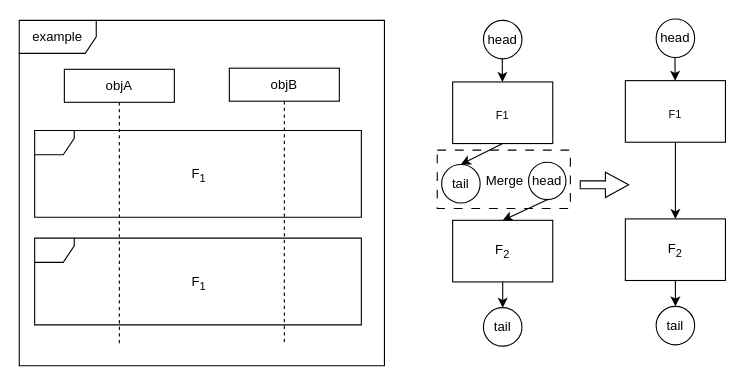
Earlier version of the draw.io diagram seq.drawio (ShiYufei0708/draw). Source tidied: cells renumbered, new cells numbered last; positions are measured from the earlier drawing's top-left corner, leaving out a move shared by most shapes. Both pictures are drawn from the tidied source at 110%, with x=0, y=0 at pixel (19, 19).
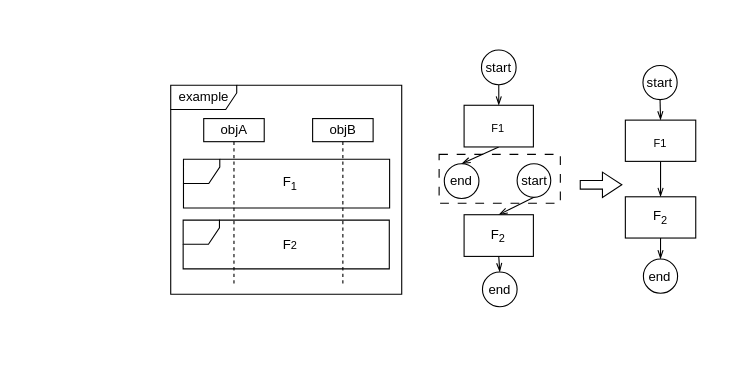
Above is the later version.

Diff of the diagram source:
```diff
@@
+    <mxCell id="28" style="html=1;shadow=0;dashed=0;align=center;verticalAlign=middle;shape=mxgraph.arrows2.arrow;dy=0.66;dx=17.61;notch=0;" parent="1" vertex="1">
+      <mxGeometry x="510" y="139" width="37.8" height="23" as="geometry" />
+    </mxCell>
+    <mxCell id="29" style="group;" parent="1" vertex="1">
+      <mxGeometry x="137.7" y="60" width="210" height="190" as="geometry" />
+    </mxCell>
+    <mxCell id="3" value="objA" style="shape=umlLifeline;perimeter=lifelinePerimeter;whiteSpace=wrap;html=1;newEdgeStyle={&quot;curved&quot;:0,&quot;rounded&quot;:0};size=21;" parent="29" vertex="1">
+      <mxGeometry x="30" y="30.3" width="55" height="150" as="geometry" />
+    </mxCell>
+    <mxCell id="30" style="shape=umlFrame;whiteSpace=wrap;html=1;width=33;height=22;" parent="29" vertex="1">
+      <mxGeometry x="11.6" y="67.3" width="187.4" height="44.3" as="geometry" />
+    </mxCell>
+    <mxCell id="6" value="example" style="shape=umlFrame;whiteSpace=wrap;html=1;width=60;height=22;" parent="29" vertex="1">
+      <mxGeometry width="210" height="190" as="geometry" />
+    </mxCell>
+    <mxCell id="31" value="F&lt;sub&gt;1&lt;/sub&gt;" style="text;html=1;align=center;verticalAlign=middle;strokeColor=none;fillColor=none;" parent="29" vertex="1">
+      <mxGeometry x="93" y="74.9" width="31" height="29" as="geometry" />
+    </mxCell>
+    <mxCell id="4" value="objB" style="shape=umlLifeline;perimeter=lifelinePerimeter;whiteSpace=wrap;html=1;newEdgeStyle={&quot;curved&quot;:0,&quot;rounded&quot;:0};size=21;" parent="29" vertex="1">
+      <mxGeometry x="129" y="30.3" width="55" height="150.9" as="geometry" />
+    </mxCell>
+    <mxCell id="32" style="shape=umlFrame;whiteSpace=wrap;html=1;width=33;height=22;" parent="29" vertex="1">
+      <mxGeometry x="11.3" y="122.6" width="187.4" height="44.3" as="geometry" />
+    </mxCell>
+    <mxCell id="33" value="F&lt;span style=&quot;font-size: 10px;&quot;&gt;2&lt;/span&gt;" style="text;html=1;align=center;verticalAlign=middle;strokeColor=none;fillColor=none;" parent="29" vertex="1">
+      <mxGeometry x="92.7" y="132.2" width="31" height="26" as="geometry" />
+    </mxCell>
+    <mxCell id="34" style="group;" parent="1" vertex="1">
+      <mxGeometry x="381.7" y="28" width="110.2" height="235" as="geometry" />
+    </mxCell>
-    <mxCell id="2" style="rounded=0;whiteSpace=wrap;html=1;dashed=1;dashPattern=8 8;" parent="1" vertex="1">
-      <mxGeometry x="380" y="119" width="121" height="53" as="geometry" />
+    <mxCell id="2" style="rounded=0;whiteSpace=wrap;html=1;dashed=1;dashPattern=8 8;" parent="34" vertex="1">
+      <mxGeometry y="94.8" width="110.2" height="44.5" as="geometry" />
     </mxCell>
-    <mxCell id="3" value="objA" style="shape=umlLifeline;perimeter=lifelinePerimeter;whiteSpace=wrap;html=1;newEdgeStyle={&quot;curved&quot;:0,&quot;rounded&quot;:0};size=30;" parent="1" vertex="1">
-      <mxGeometry x="41" y="45.5" width="100" height="250.5" as="geometry" />
-    </mxCell>
-    <mxCell id="4" value="objB" style="shape=umlLifeline;perimeter=lifelinePerimeter;whiteSpace=wrap;html=1;newEdgeStyle={&quot;curved&quot;:0,&quot;rounded&quot;:0};size=30;" parent="1" vertex="1">
-      <mxGeometry x="191" y="44.5" width="100" height="250.5" as="geometry" />
-    </mxCell>
-    <mxCell id="5" style="shape=umlFrame;whiteSpace=wrap;html=1;width=36;height=22;" parent="1" vertex="1">
-      <mxGeometry x="14" y="101.2" width="297" height="78.8" as="geometry" />
-    </mxCell>
-    <mxCell id="6" value="example" style="shape=umlFrame;whiteSpace=wrap;html=1;width=70;height=30;" parent="1" vertex="1">
-      <mxGeometry y="1" width="332" height="314" as="geometry" />
-    </mxCell>
-    <mxCell id="7" value="F&lt;sub&gt;1&lt;/sub&gt;" style="text;html=1;align=center;verticalAlign=middle;strokeColor=none;fillColor=none;" parent="1" vertex="1">
-      <mxGeometry x="147" y="127.8" width="31" height="29" as="geometry" />
-    </mxCell>
-    <mxCell id="8" style="shape=umlFrame;whiteSpace=wrap;html=1;width=36;height=22;" parent="1" vertex="1">
-      <mxGeometry x="14" y="199" width="297" height="78.8" as="geometry" />
-    </mxCell>
-    <mxCell id="9" value="F&lt;sub&gt;1&lt;/sub&gt;" style="text;html=1;align=center;verticalAlign=middle;strokeColor=none;fillColor=none;" parent="1" vertex="1">
-      <mxGeometry x="147" y="225.5" width="31" height="29" as="geometry" />
-    </mxCell>
-    <mxCell id="10" style="rounded=0;jettySize=auto;html=1;" parent="1" edge="1" target="15">
-      <mxGeometry relative="1" as="geometry">
-        <mxPoint x="439" y="25" as="sourcePoint" />
-      </mxGeometry>
+    <mxCell id="10" style="rounded=0;jettySize=auto;html=1;exitX=0.5;exitY=1;exitDx=0;exitDy=0;endArrow=openThin;endFill=0;" parent="34" edge="1" source="12" target="15">
+      <mxGeometry relative="1" as="geometry" />
     </mxCell>
-    <mxCell id="11" style="rounded=0;jettySize=auto;html=1;exitX=0.5;exitY=1;exitDx=0;exitDy=0;entryX=0.5;entryY=0;entryDx=0;entryDy=0;" parent="1" edge="1" source="18" target="16">
+    <mxCell id="11" style="rounded=0;jettySize=auto;html=1;exitX=0.5;exitY=1;exitDx=0;exitDy=0;entryX=0.5;entryY=0;entryDx=0;entryDy=0;endArrow=openThin;endFill=0;" parent="34" edge="1" source="18" target="16">
       <mxGeometry relative="1" as="geometry" />
     </mxCell>
-    <mxCell id="12" value="head" style="ellipse;whiteSpace=wrap;html=1;" parent="1" vertex="1">
-      <mxGeometry x="422" y="1" width="35" height="35" as="geometry" />
+    <mxCell id="12" value="start" style="ellipse;whiteSpace=wrap;html=1;" parent="34" vertex="1">
+      <mxGeometry x="38.5" width="31.5" height="31.5" as="geometry" />
     </mxCell>
-    <mxCell id="13" value="tail" style="ellipse;whiteSpace=wrap;html=1;" parent="1" vertex="1">
-      <mxGeometry x="384" y="132" width="35" height="35" as="geometry" />
+    <mxCell id="13" value="end" style="ellipse;whiteSpace=wrap;html=1;" parent="34" vertex="1">
+      <mxGeometry x="4.7" y="103.4" width="31.5" height="31.5" as="geometry" />
     </mxCell>
-    <mxCell id="14" style="rounded=0;jettySize=auto;html=1;exitX=0.5;exitY=1;exitDx=0;exitDy=0;entryX=0.5;entryY=0;entryDx=0;entryDy=0;" parent="1" edge="1" source="15" target="13">
+    <mxCell id="14" style="rounded=0;jettySize=auto;html=1;exitX=0.5;exitY=1;exitDx=0;exitDy=0;entryX=0.5;entryY=0;entryDx=0;entryDy=0;endArrow=openThin;endFill=0;" parent="34" edge="1" source="15" target="13">
       <mxGeometry relative="1" as="geometry" />
     </mxCell>
-    <mxCell id="15" value="&lt;sub&gt;F1&lt;/sub&gt;" style="rounded=0;whiteSpace=wrap;html=1;" parent="1" vertex="1">
-      <mxGeometry x="394" y="57" width="91" height="56" as="geometry" />
+    <mxCell id="15" value="&lt;sub&gt;F1&lt;/sub&gt;" style="rounded=0;whiteSpace=wrap;html=1;" parent="34" vertex="1">
+      <mxGeometry x="22.7" y="50.2" width="63" height="37.9" as="geometry" />
     </mxCell>
-    <mxCell id="16" value="F&lt;sub&gt;2&lt;/sub&gt;" style="rounded=0;whiteSpace=wrap;html=1;" parent="1" vertex="1">
-      <mxGeometry x="394" y="182.8" width="91" height="56" as="geometry" />
+    <mxCell id="16" value="F&lt;sub&gt;2&lt;/sub&gt;" style="rounded=0;whiteSpace=wrap;html=1;" parent="34" vertex="1">
+      <mxGeometry x="22.7" y="149.7" width="63" height="37.9" as="geometry" />
     </mxCell>
-    <mxCell id="17" style="rounded=0;jettySize=auto;html=1;exitX=0.5;exitY=1;exitDx=0;exitDy=0;entryX=0.5;entryY=0;entryDx=0;entryDy=0;" parent="1" edge="1" source="16" target="19">
+    <mxCell id="17" style="rounded=0;jettySize=auto;html=1;exitX=0.5;exitY=1;exitDx=0;exitDy=0;entryX=0.5;entryY=0;entryDx=0;entryDy=0;endArrow=openThin;endFill=0;" parent="34" edge="1" source="16" target="19">
       <mxGeometry relative="1" as="geometry" />
     </mxCell>
-    <mxCell id="18" value="head" style="ellipse;whiteSpace=wrap;html=1;" parent="1" vertex="1">
-      <mxGeometry x="463" y="130" width="34" height="34" as="geometry" />
+    <mxCell id="18" value="start" style="ellipse;whiteSpace=wrap;html=1;" parent="34" vertex="1">
+      <mxGeometry x="70.9" y="103.3" width="30.6" height="30.6" as="geometry" />
     </mxCell>
-    <mxCell id="19" value="tail" style="ellipse;whiteSpace=wrap;html=1;" parent="1" vertex="1">
-      <mxGeometry x="422" y="262.2" width="35" height="35" as="geometry" />
+    <mxCell id="19" value="end" style="ellipse;whiteSpace=wrap;html=1;" parent="34" vertex="1">
+      <mxGeometry x="39.4" y="201.8" width="31.5" height="31.5" as="geometry" />
     </mxCell>
-    <mxCell id="20" value="Merge" style="text;html=1;align=center;verticalAlign=middle;strokeColor=none;fillColor=none;" parent="1" vertex="1">
-      <mxGeometry x="414.5" y="134" width="52" height="26" as="geometry" />
-    </mxCell>
+    <mxCell id="35" style="group;" parent="1" vertex="1">
+      <mxGeometry x="551" y="28" width="64" height="242" as="geometry" />
+    </mxCell>
-    <mxCell id="21" style="rounded=0;jettySize=auto;html=1;" parent="1" edge="1" target="24">
-      <mxGeometry relative="1" as="geometry">
-        <mxPoint x="596" y="23.8" as="sourcePoint" />
-      </mxGeometry>
+    <mxCell id="21" style="rounded=0;jettySize=auto;html=1;exitX=0.5;exitY=1;exitDx=0;exitDy=0;entryX=0.5;entryY=0;entryDx=0;entryDy=0;endArrow=openThin;endFill=0;" parent="35" edge="1" source="22" target="24">
+      <mxGeometry relative="1" as="geometry" />
     </mxCell>
-    <mxCell id="22" value="head" style="ellipse;whiteSpace=wrap;html=1;" parent="1" vertex="1">
-      <mxGeometry x="579" y="-0.2" width="35" height="35" as="geometry" />
+    <mxCell id="22" value="start" style="ellipse;whiteSpace=wrap;html=1;" parent="35" vertex="1">
+      <mxGeometry x="16" y="14" width="31.1" height="31.1" as="geometry" />
     </mxCell>
-    <mxCell id="23" style="edgeStyle=orthogonalEdgeStyle;rounded=0;jettySize=auto;html=1;entryX=0.5;entryY=0;entryDx=0;entryDy=0;" parent="1" edge="1" source="24" target="25">
+    <mxCell id="23" style="rounded=0;jettySize=auto;html=1;entryX=0.5;entryY=0;entryDx=0;entryDy=0;endArrow=openThin;endFill=0;" parent="35" edge="1" source="24" target="25">
       <mxGeometry relative="1" as="geometry" />
     </mxCell>
-    <mxCell id="24" value="&lt;sub&gt;F1&lt;/sub&gt;" style="rounded=0;whiteSpace=wrap;html=1;" parent="1" vertex="1">
-      <mxGeometry x="551" y="55.8" width="91" height="56" as="geometry" />
+    <mxCell id="24" value="&lt;sub&gt;F1&lt;/sub&gt;" style="rounded=0;whiteSpace=wrap;html=1;" parent="35" vertex="1">
+      <mxGeometry y="63.7" width="64" height="37.5" as="geometry" />
     </mxCell>
-    <mxCell id="25" value="F&lt;sub&gt;2&lt;/sub&gt;" style="rounded=0;whiteSpace=wrap;html=1;" parent="1" vertex="1">
-      <mxGeometry x="551" y="181.5" width="91" height="56" as="geometry" />
+    <mxCell id="25" value="F&lt;sub&gt;2&lt;/sub&gt;" style="rounded=0;whiteSpace=wrap;html=1;" parent="35" vertex="1">
+      <mxGeometry y="133.4" width="64" height="37.5" as="geometry" />
     </mxCell>
-    <mxCell id="26" style="rounded=0;jettySize=auto;html=1;exitX=0.5;exitY=1;exitDx=0;exitDy=0;entryX=0.5;entryY=0;entryDx=0;entryDy=0;" parent="1" edge="1" source="25" target="27">
+    <mxCell id="26" style="rounded=0;jettySize=auto;html=1;exitX=0.5;exitY=1;exitDx=0;exitDy=0;entryX=0.5;entryY=0;entryDx=0;entryDy=0;endArrow=openThin;endFill=0;" parent="35" edge="1" source="25" target="27">
       <mxGeometry relative="1" as="geometry" />
     </mxCell>
-    <mxCell id="27" value="tail" style="ellipse;whiteSpace=wrap;html=1;" parent="1" vertex="1">
-      <mxGeometry x="579" y="261" width="35" height="35" as="geometry" />
+    <mxCell id="27" value="end" style="ellipse;whiteSpace=wrap;html=1;" parent="35" vertex="1">
+      <mxGeometry x="16.4" y="190" width="31.1" height="31.1" as="geometry" />
     </mxCell>
-    <mxCell id="28" style="html=1;shadow=0;dashed=0;align=center;verticalAlign=middle;shape=mxgraph.arrows2.arrow;dy=0.69;dx=21.12;notch=0;" parent="1" vertex="1">
-      <mxGeometry x="510" y="139" width="44" height="23" as="geometry" />
-    </mxCell>
```
